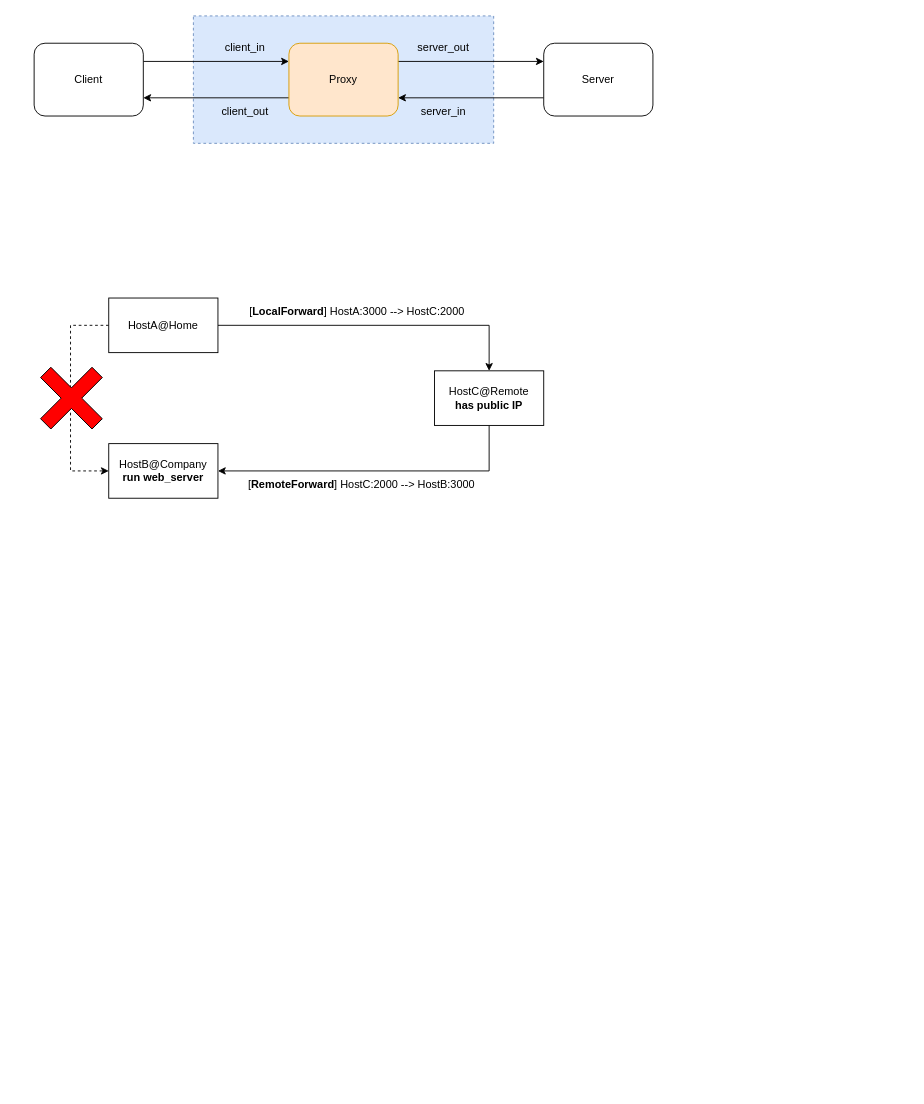
Before: HttpProxy.drawio in ZiqingYip/moment, a draw.io diagram. Source tidied: cells renumbered, new cells numbered last; positions are measured from the earlier drawing's top-left corner, leaving out a move shared by most shapes. Both pictures are drawn from the tidied source at 91%, with x=0, y=0 at pixel (34, 15).
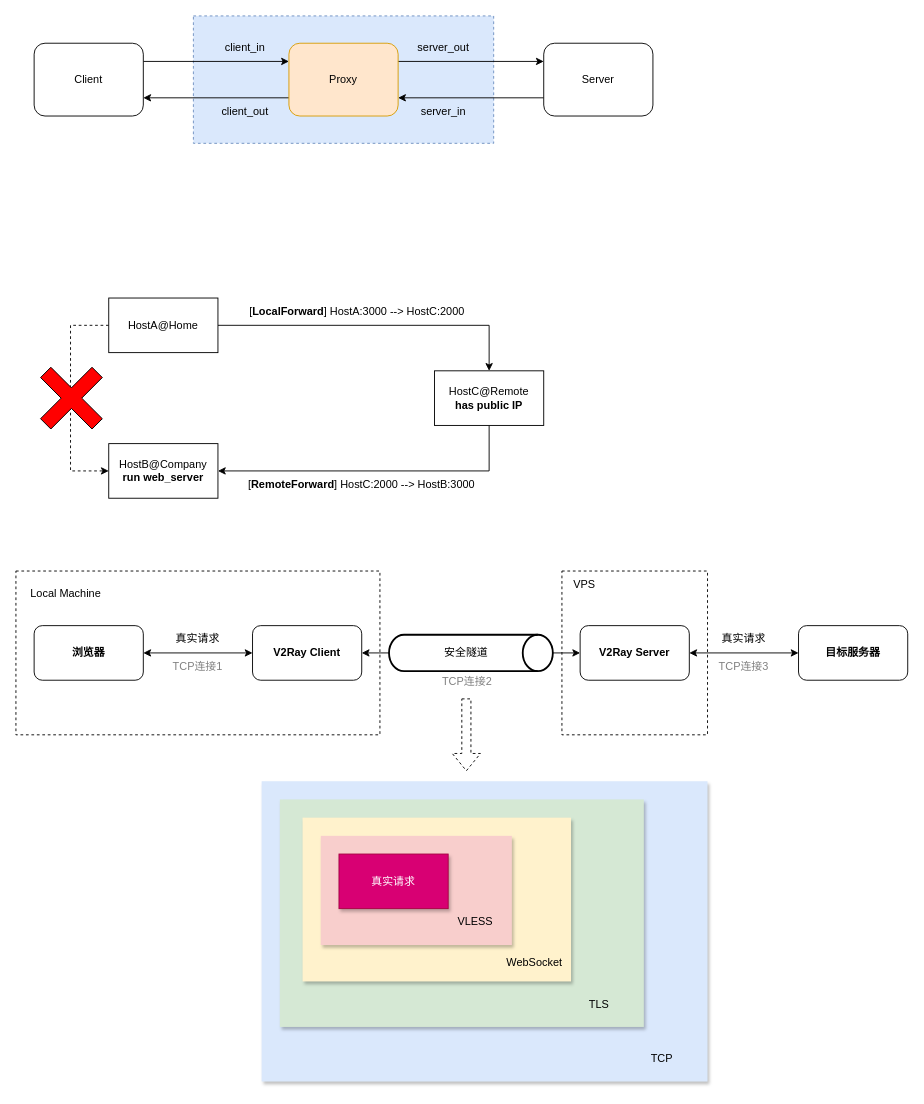
The same diagram, later.

Diff of the diagram source:
```diff
@@
+    <mxCell id="23" style="rounded=0;whiteSpace=wrap;html=1;fillColor=default;dashed=1;" parent="1" vertex="1">
+      <mxGeometry x="580" y="610" width="160" height="180" as="geometry" />
+    </mxCell>
+    <mxCell id="24" style="rounded=0;whiteSpace=wrap;html=1;fillColor=default;dashed=1;" parent="1" vertex="1">
+      <mxGeometry x="-20" y="610" width="400" height="180" as="geometry" />
+    </mxCell>
+    <mxCell id="25" style="rounded=0;whiteSpace=wrap;html=1;fillColor=#dae8fc;strokeColor=none;shadow=1;" parent="1" vertex="1">
+      <mxGeometry x="250" y="841" width="490" height="330" as="geometry" />
+    </mxCell>
+    <mxCell id="26" style="rounded=0;whiteSpace=wrap;html=1;fillColor=#d5e8d4;strokeColor=none;shadow=1;" parent="1" vertex="1">
+      <mxGeometry x="270" y="861" width="400" height="250" as="geometry" />
+    </mxCell>
+    <mxCell id="27" style="rounded=0;whiteSpace=wrap;html=1;fillColor=#fff2cc;strokeColor=none;shadow=1;" parent="1" vertex="1">
+      <mxGeometry x="295" y="881" width="295" height="180" as="geometry" />
+    </mxCell>
+    <mxCell id="28" style="rounded=0;whiteSpace=wrap;html=1;fillColor=#f8cecc;strokeColor=none;shadow=1;" parent="1" vertex="1">
+      <mxGeometry x="315" y="901" width="210" height="120" as="geometry" />
+    </mxCell>
@@
+    <mxCell id="29" value="真实请求" style="rounded=0;whiteSpace=wrap;html=1;fillColor=#d80073;strokeColor=#A50040;shadow=1;glass=0;fontColor=#ffffff;" parent="1" vertex="1">
+      <mxGeometry x="335" y="921" width="120" height="60" as="geometry" />
+    </mxCell>
+    <mxCell id="30" value="VLESS" style="text;html=1;strokeColor=none;fillColor=none;align=center;verticalAlign=middle;whiteSpace=wrap;rounded=0;" parent="1" vertex="1">
+      <mxGeometry x="455" y="981" width="60" height="30" as="geometry" />
+    </mxCell>
+    <mxCell id="31" value="WebSocket" style="text;html=1;strokeColor=none;fillColor=none;align=center;verticalAlign=middle;whiteSpace=wrap;rounded=0;" parent="1" vertex="1">
+      <mxGeometry x="520" y="1026" width="60" height="30" as="geometry" />
+    </mxCell>
+    <mxCell id="32" value="TLS" style="text;html=1;strokeColor=none;fillColor=none;align=center;verticalAlign=middle;whiteSpace=wrap;rounded=0;" parent="1" vertex="1">
+      <mxGeometry x="591" y="1072" width="60" height="30" as="geometry" />
+    </mxCell>
+    <mxCell id="33" value="TCP" style="text;html=1;strokeColor=none;fillColor=none;align=center;verticalAlign=middle;whiteSpace=wrap;rounded=0;" parent="1" vertex="1">
+      <mxGeometry x="660" y="1131" width="60" height="30" as="geometry" />
+    </mxCell>
+    <mxCell id="34" style="edgeStyle=orthogonalEdgeStyle;rounded=0;jettySize=auto;html=1;exitX=1;exitY=0.5;exitDx=0;exitDy=0;entryX=0;entryY=0.5;entryDx=0;entryDy=0;startArrow=classic;startFill=1;" parent="1" edge="1" source="35" target="37">
+      <mxGeometry relative="1" as="geometry" />
+    </mxCell>
+    <mxCell id="35" value="浏览器" style="rounded=1;whiteSpace=wrap;html=1;fontStyle=1;" parent="1" vertex="1">
+      <mxGeometry y="670" width="120" height="60" as="geometry" />
+    </mxCell>
+    <mxCell id="36" style="edgeStyle=orthogonalEdgeStyle;rounded=0;jettySize=auto;html=1;exitX=1;exitY=0.5;exitDx=0;exitDy=0;endArrow=none;endFill=0;entryX=0;entryY=0.5;entryDx=0;entryDy=0;entryPerimeter=0;startArrow=classic;startFill=1;" parent="1" edge="1" source="37" target="42">
+      <mxGeometry relative="1" as="geometry" />
+    </mxCell>
+    <mxCell id="37" value="V2Ray Client" style="rounded=1;whiteSpace=wrap;html=1;fontStyle=1;" parent="1" vertex="1">
+      <mxGeometry x="240" y="670" width="120" height="60" as="geometry" />
+    </mxCell>
+    <mxCell id="38" style="edgeStyle=orthogonalEdgeStyle;rounded=0;jettySize=auto;html=1;exitX=1;exitY=0.5;exitDx=0;exitDy=0;startArrow=classic;startFill=1;" parent="1" edge="1" source="39" target="40">
+      <mxGeometry relative="1" as="geometry" />
+    </mxCell>
+    <mxCell id="39" value="V2Ray Server" style="rounded=1;whiteSpace=wrap;html=1;fontStyle=1;" parent="1" vertex="1">
+      <mxGeometry x="600" y="670" width="120" height="60" as="geometry" />
+    </mxCell>
+    <mxCell id="40" value="目标服务器" style="rounded=1;whiteSpace=wrap;html=1;fontStyle=1;" parent="1" vertex="1">
+      <mxGeometry x="840" y="670" width="120" height="60" as="geometry" />
+    </mxCell>
+    <mxCell id="41" style="edgeStyle=orthogonalEdgeStyle;rounded=0;jettySize=auto;html=1;exitX=1;exitY=0.5;exitDx=0;exitDy=0;exitPerimeter=0;entryX=0;entryY=0.5;entryDx=0;entryDy=0;" parent="1" edge="1" source="42" target="39">
+      <mxGeometry relative="1" as="geometry" />
+    </mxCell>
+    <mxCell id="42" style="strokeWidth=2;html=1;shape=mxgraph.flowchart.direct_data;whiteSpace=wrap;" parent="1" vertex="1">
+      <mxGeometry x="390" y="680" width="180" height="40" as="geometry" />
+    </mxCell>
+    <mxCell id="43" value="安全隧道" style="text;html=1;strokeColor=none;fillColor=none;align=center;verticalAlign=middle;whiteSpace=wrap;rounded=0;" parent="1" vertex="1">
+      <mxGeometry x="445" y="685" width="60" height="30" as="geometry" />
+    </mxCell>
+    <mxCell id="44" value="真实请求" style="text;html=1;strokeColor=none;fillColor=none;align=center;verticalAlign=middle;whiteSpace=wrap;rounded=0;" parent="1" vertex="1">
+      <mxGeometry x="150" y="670" width="60" height="30" as="geometry" />
+    </mxCell>
+    <mxCell id="45" value="真实请求" style="text;html=1;strokeColor=none;fillColor=none;align=center;verticalAlign=middle;whiteSpace=wrap;rounded=0;" parent="1" vertex="1">
+      <mxGeometry x="750" y="670" width="60" height="30" as="geometry" />
+    </mxCell>
+    <mxCell id="46" style="shape=flexArrow;endArrow=classic;html=1;rounded=0;dashed=1;" parent="1" edge="1">
+      <mxGeometry relative="1" as="geometry">
+        <mxPoint x="475" y="750" as="sourcePoint" />
+        <mxPoint x="475" y="830" as="targetPoint" />
+      </mxGeometry>
+    </mxCell>
+    <mxCell id="47" value="Local Machine" style="text;html=1;strokeColor=none;fillColor=none;align=center;verticalAlign=middle;whiteSpace=wrap;rounded=0;" parent="1" vertex="1">
+      <mxGeometry x="-10" y="620" width="90" height="30" as="geometry" />
+    </mxCell>
+    <mxCell id="48" value="VPS" style="text;html=1;strokeColor=none;fillColor=none;align=center;verticalAlign=middle;whiteSpace=wrap;rounded=0;" parent="1" vertex="1">
+      <mxGeometry x="580" y="610" width="50" height="30" as="geometry" />
+    </mxCell>
+    <mxCell id="49" value="&lt;font color=&quot;#808080&quot;&gt;TCP连接1&lt;/font&gt;" style="text;html=1;strokeColor=none;fillColor=none;align=center;verticalAlign=middle;whiteSpace=wrap;rounded=0;" parent="1" vertex="1">
+      <mxGeometry x="150" y="700" width="60" height="30" as="geometry" />
+    </mxCell>
+    <mxCell id="50" value="&lt;font color=&quot;#808080&quot;&gt;TCP连接2&lt;/font&gt;" style="text;html=1;strokeColor=none;fillColor=none;align=center;verticalAlign=middle;whiteSpace=wrap;rounded=0;" parent="1" vertex="1">
+      <mxGeometry x="446" y="717" width="60" height="30" as="geometry" />
+    </mxCell>
+    <mxCell id="51" value="&lt;font color=&quot;#808080&quot;&gt;TCP连接3&lt;/font&gt;" style="text;html=1;strokeColor=none;fillColor=none;align=center;verticalAlign=middle;whiteSpace=wrap;rounded=0;" parent="1" vertex="1">
+      <mxGeometry x="750" y="700" width="60" height="30" as="geometry" />
+    </mxCell>
```
